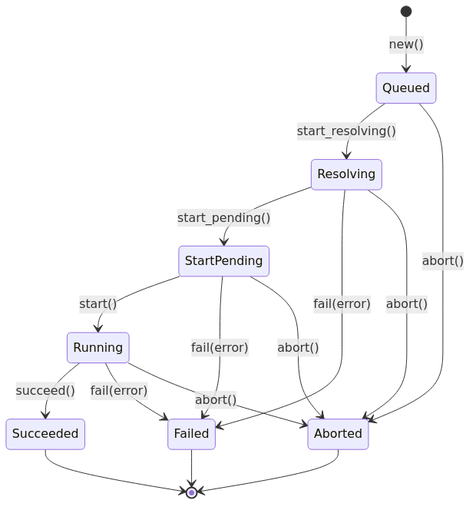
paninfracon/stormchaser keeps this Mermaid diagram as docs/workflow_machine.png. Above is the earlier version. Its source is kept beside it as docs/workflow_machine.mmd.
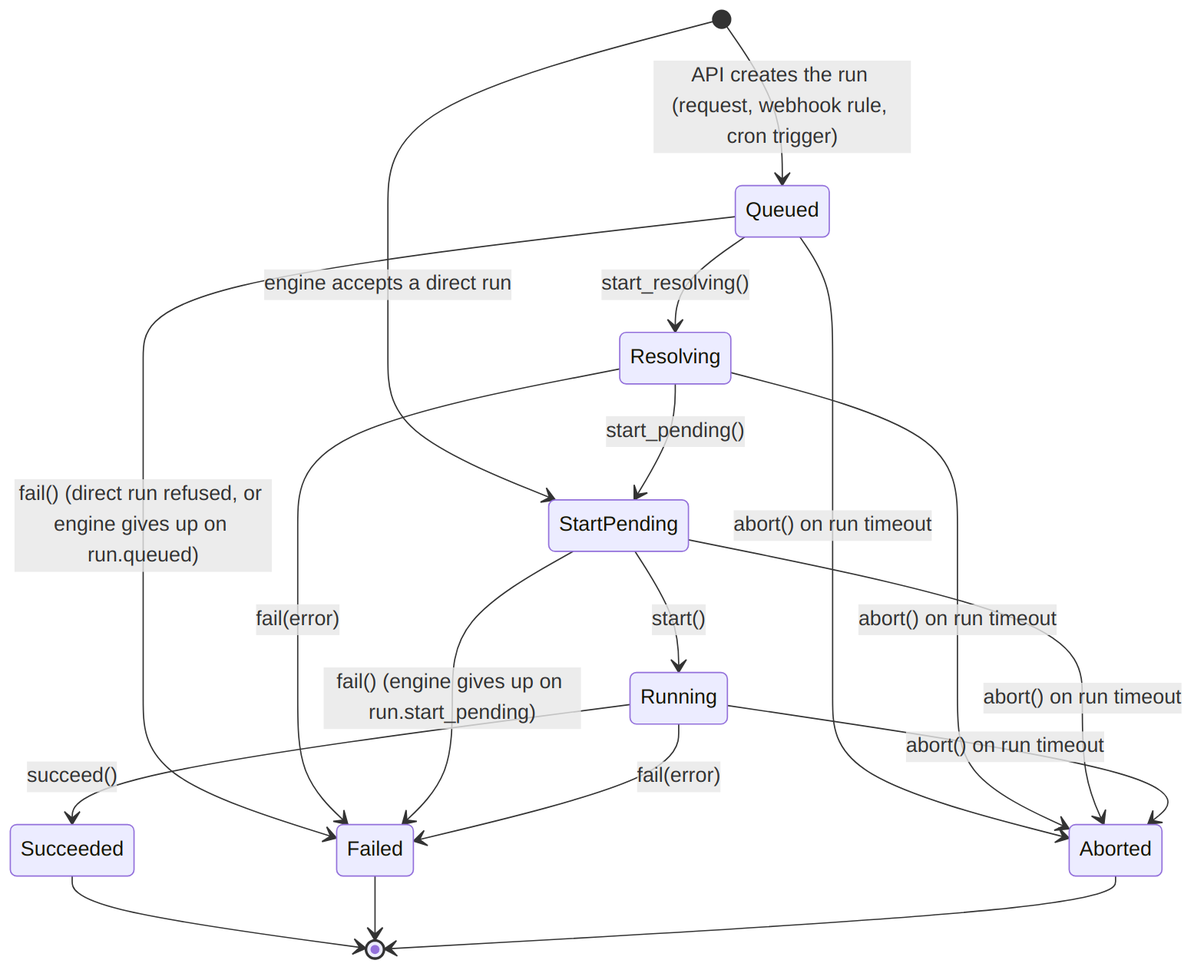
Above is the later version.

The edit, as a diff of the source:
```diff
@@ -1,20 +1,22 @@
 stateDiagram-v2
-    [*] --> Queued: new()
+    [*] --> Queued: API creates the run (request, webhook rule, cron trigger)
+    [*] --> StartPending: engine accepts a direct run
 
     Queued --> Resolving: start_resolving()
-    Queued --> Aborted: abort()
+    Queued --> Failed: fail() (direct run refused, or engine gives up on run.queued)
+    Queued --> Aborted: abort() on run timeout
 
     Resolving --> StartPending: start_pending()
     Resolving --> Failed: fail(error)
-    Resolving --> Aborted: abort()
+    Resolving --> Aborted: abort() on run timeout
 
     StartPending --> Running: start()
-    StartPending --> Failed: fail(error)
-    StartPending --> Aborted: abort()
+    StartPending --> Failed: fail() (engine gives up on run.start_pending)
+    StartPending --> Aborted: abort() on run timeout
 
     Running --> Succeeded: succeed()
     Running --> Failed: fail(error)
-    Running --> Aborted: abort()
+    Running --> Aborted: abort() on run timeout
 
     Succeeded --> [*]
     Failed --> [*]
```
